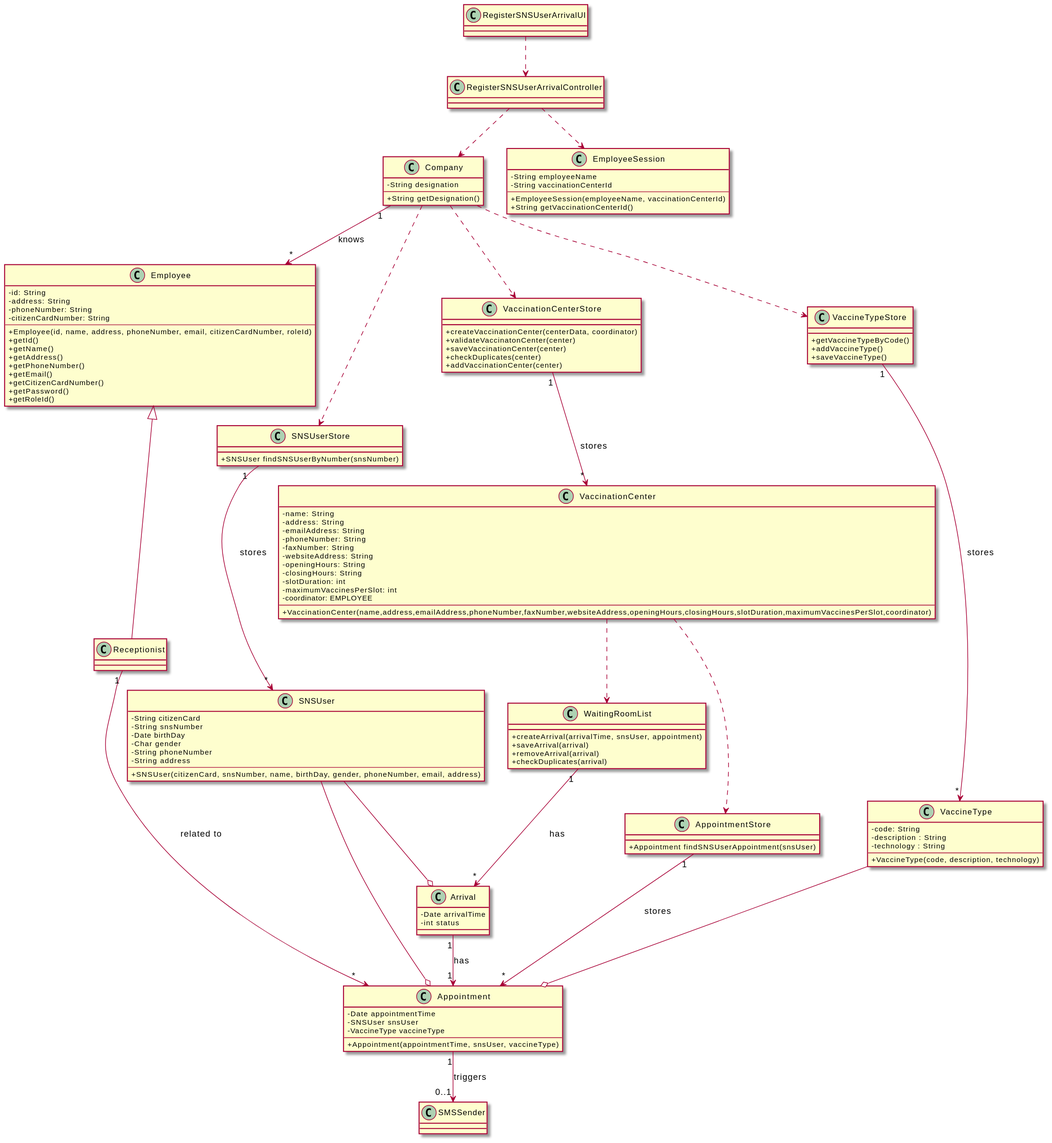
miseEnPlace-i/lapr2 keeps this PlantUML diagram as docs/SprintC/US04/CD/US04_CD.svg. Above is the earlier version.
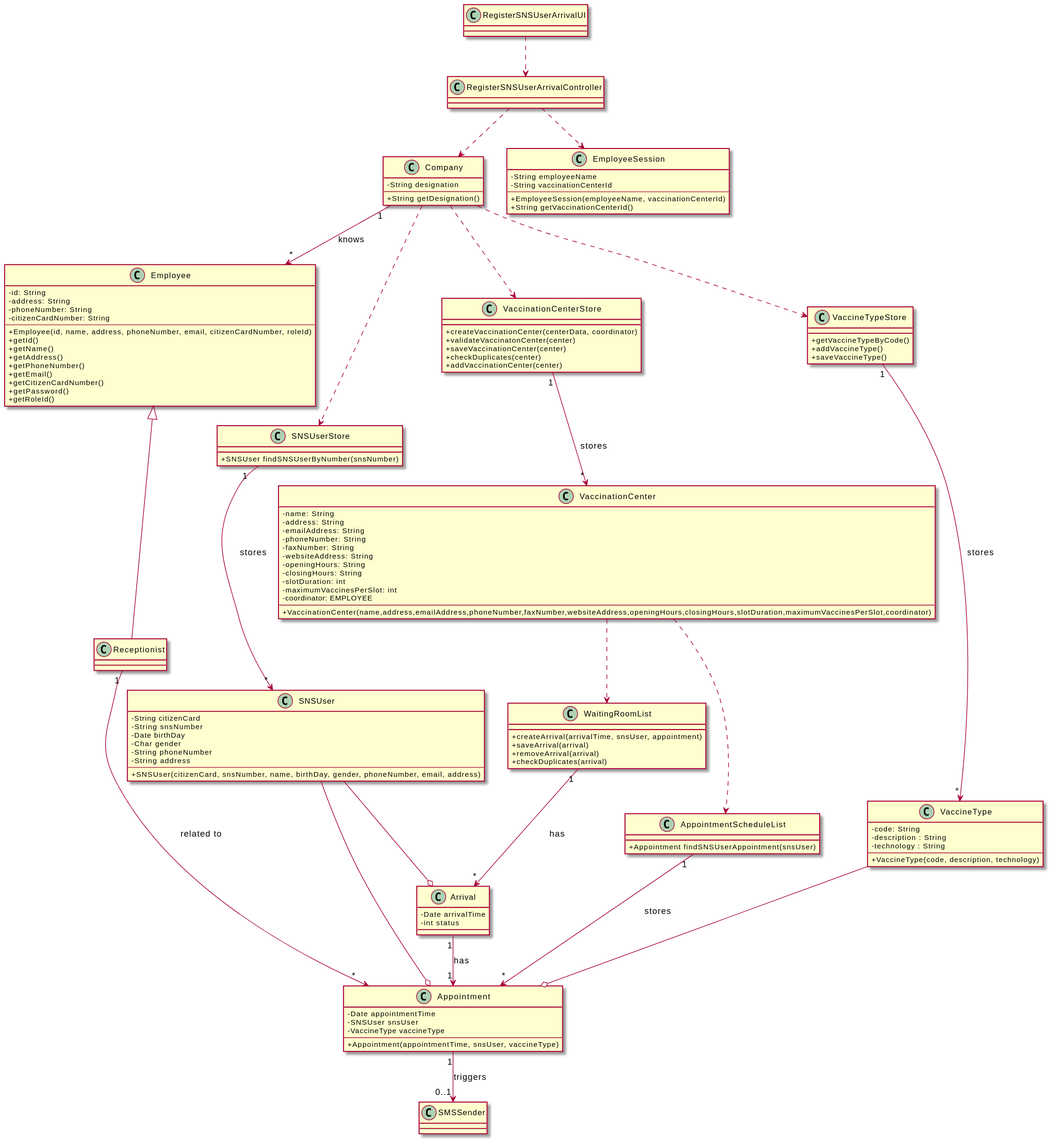
Later version of the same file.

What changed in the source:
```diff
@@ -9,7 +9,7 @@
   + Appointment(appointmentTime, snsUser, vaccineType)
 }
 
-class AppointmentStore {
+class AppointmentScheduleList {
   + Appointment findSNSUserAppointment(snsUser)
 }
 
@@ -120,7 +120,7 @@
 
 Appointment "1" --> "0..1" SMSSender : triggers
 
-AppointmentStore "1" --> "*" Appointment : stores
+AppointmentScheduleList "1" --> "*" Appointment : stores
 
 Arrival "1" --> "1" Appointment : has
 
@@ -144,7 +144,7 @@
 SNSUserStore "1" --> "*" SNSUser : stores
 
 VaccinationCenter ..> WaitingRoomList
-VaccinationCenter ..> AppointmentStore
+VaccinationCenter ..> AppointmentScheduleList
 
 VaccinationCenterStore "1" --> "*" VaccinationCenter : stores
 
```
